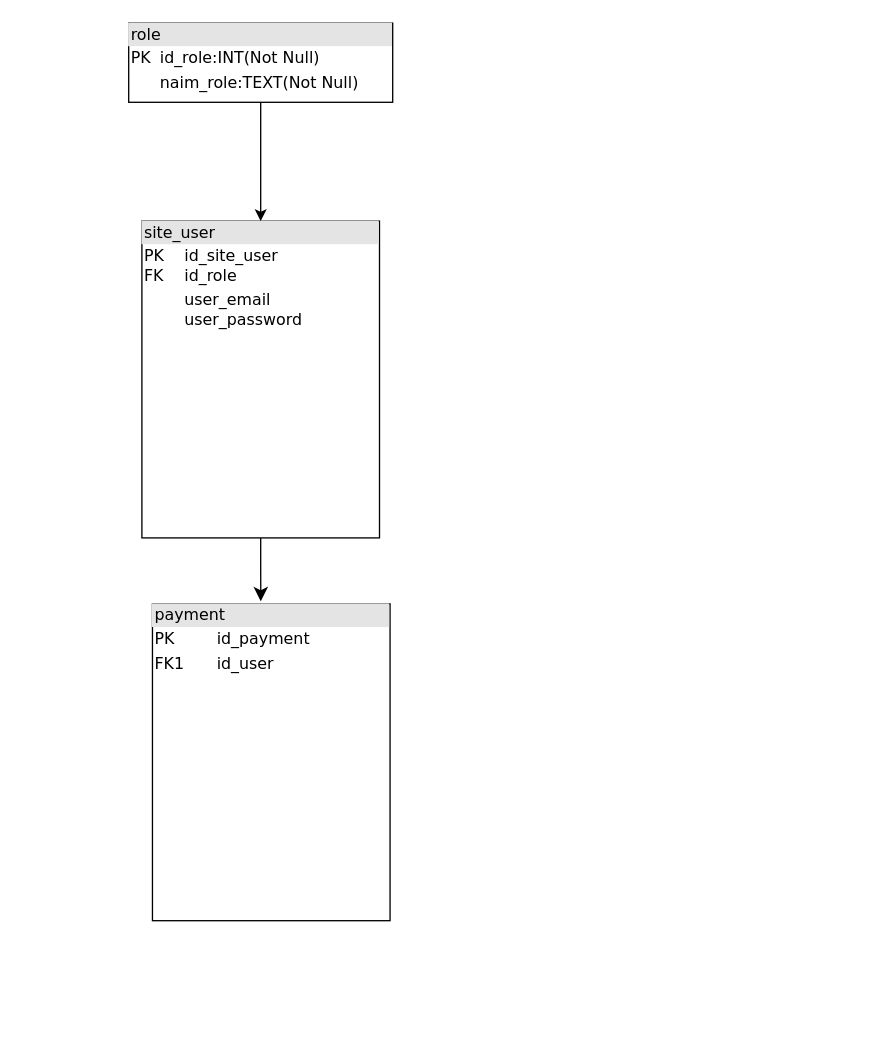
Earlier version of the draw.io diagram payment_gateway/payment_gateway.drawio (Scykorr/inout_project). Source tidied: cells renumbered, new cells numbered last; positions are measured from the earlier drawing's top-left corner, leaving out a move shared by most shapes. Both pictures are drawn from the tidied source at 132%, with x=0, y=0 at pixel (128, 22).
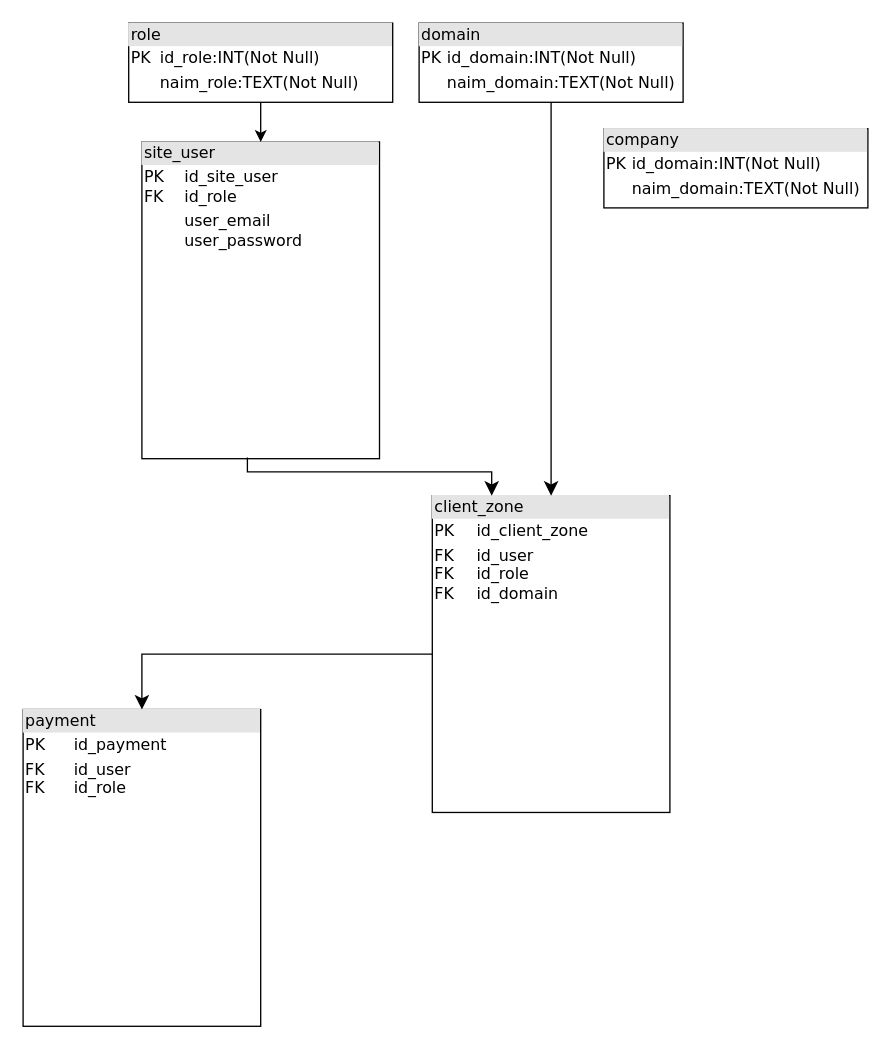
The same diagram, later.

Commit message:
Обновление payment_gateway.drawio add domain table

The edit, as a diff of the source:
```diff
@@
 <mxGraphModel>
   <root>
     <mxCell id="0" />
     <mxCell id="1" parent="0" />
-    <mxCell id="2" style="edgeStyle=elbowEdgeStyle;elbow=vertical;endArrow=classic;html=1;curved=0;rounded=0;endSize=8;startSize=8;entryX=0.456;entryY=-0.008;entryDx=0;entryDy=0;entryPerimeter=0;exitX=0.5;exitY=1;exitDx=0;exitDy=0;" parent="1" edge="1" source="4" target="3">
-      <mxGeometry relative="1" as="geometry" />
-    </mxCell>
-    <mxCell id="3" value="&lt;div style=&quot;box-sizing: border-box ; width: 100% ; background: #e4e4e4 ; padding: 2px&quot;&gt;payment&lt;/div&gt;&lt;table style=&quot;width: 100% ; font-size: 1em&quot; cellpadding=&quot;2&quot; cellspacing=&quot;0&quot;&gt;&lt;tbody&gt;&lt;tr&gt;&lt;td&gt;PK&lt;/td&gt;&lt;td&gt;id_payment&lt;/td&gt;&lt;/tr&gt;&lt;tr&gt;&lt;td&gt;FK1&lt;/td&gt;&lt;td&gt;id_user&lt;/td&gt;&lt;/tr&gt;&lt;tr&gt;&lt;td&gt;&lt;/td&gt;&lt;td&gt;&lt;/td&gt;&lt;/tr&gt;&lt;/tbody&gt;&lt;/table&gt;" style="verticalAlign=top;align=left;overflow=fill;html=1;rounded=0;shadow=0;comic=0;labelBackgroundColor=none;strokeWidth=1;fontFamily=Verdana;fontSize=12;" parent="1" vertex="1">
-      <mxGeometry x="18" y="440" width="180" height="240" as="geometry" />
+    <mxCell id="3" value="&lt;div style=&quot;box-sizing: border-box ; width: 100% ; background: #e4e4e4 ; padding: 2px&quot;&gt;payment&lt;/div&gt;&lt;table style=&quot;width: 100% ; font-size: 1em&quot; cellpadding=&quot;2&quot; cellspacing=&quot;0&quot;&gt;&lt;tbody&gt;&lt;tr&gt;&lt;td&gt;PK&lt;/td&gt;&lt;td&gt;id_payment&lt;/td&gt;&lt;/tr&gt;&lt;tr&gt;&lt;td&gt;FK&lt;br&gt;FK&lt;/td&gt;&lt;td&gt;id_user&lt;br&gt;id_role&lt;/td&gt;&lt;/tr&gt;&lt;tr&gt;&lt;td&gt;&lt;/td&gt;&lt;td&gt;&lt;/td&gt;&lt;/tr&gt;&lt;/tbody&gt;&lt;/table&gt;" style="verticalAlign=top;align=left;overflow=fill;html=1;rounded=0;shadow=0;comic=0;labelBackgroundColor=none;strokeWidth=1;fontFamily=Verdana;fontSize=12;" parent="1" vertex="1">
+      <mxGeometry x="-80" y="520" width="180" height="240" as="geometry" />
     </mxCell>
     <mxCell id="4" value="&lt;div style=&quot;box-sizing: border-box ; width: 100% ; background: #e4e4e4 ; padding: 2px&quot;&gt;site_user&lt;/div&gt;&lt;table style=&quot;width: 100% ; font-size: 1em&quot; cellpadding=&quot;2&quot; cellspacing=&quot;0&quot;&gt;&lt;tbody&gt;&lt;tr&gt;&lt;td&gt;PK&lt;br&gt;FK&lt;/td&gt;&lt;td&gt;id_site_user&lt;br&gt;id_role&lt;/td&gt;&lt;/tr&gt;&lt;tr&gt;&lt;td&gt;&lt;br&gt;&lt;/td&gt;&lt;td&gt;user_email&lt;br&gt;user_password&lt;br&gt;&lt;br&gt;&lt;/td&gt;&lt;/tr&gt;&lt;tr&gt;&lt;td&gt;&lt;/td&gt;&lt;td&gt;&lt;/td&gt;&lt;/tr&gt;&lt;/tbody&gt;&lt;/table&gt;" style="verticalAlign=top;align=left;overflow=fill;html=1;rounded=0;shadow=0;comic=0;labelBackgroundColor=none;strokeWidth=1;fontFamily=Verdana;fontSize=12;" parent="1" vertex="1">
-      <mxGeometry x="10" y="150" width="180" height="240" as="geometry" />
+      <mxGeometry x="10" y="90" width="180" height="240" as="geometry" />
     </mxCell>
     <mxCell id="5" style="edgeStyle=orthogonalEdgeStyle;rounded=0;jettySize=auto;html=1;" parent="1" edge="1" source="6" target="4">
       <mxGeometry relative="1" as="geometry" />
     </mxCell>
     <mxCell id="6" value="&lt;div style=&quot;box-sizing: border-box ; width: 100% ; background: #e4e4e4 ; padding: 2px&quot;&gt;role&lt;/div&gt;&lt;table style=&quot;width: 100% ; font-size: 1em&quot; cellpadding=&quot;2&quot; cellspacing=&quot;0&quot;&gt;&lt;tbody&gt;&lt;tr&gt;&lt;td&gt;PK&lt;/td&gt;&lt;td&gt;id_role:INT(Not Null)&lt;/td&gt;&lt;/tr&gt;&lt;tr&gt;&lt;td&gt;&lt;br&gt;&lt;/td&gt;&lt;td&gt;naim_role:TEXT(Not Null)&lt;/td&gt;&lt;/tr&gt;&lt;tr&gt;&lt;td&gt;&lt;/td&gt;&lt;td&gt;&lt;/td&gt;&lt;/tr&gt;&lt;/tbody&gt;&lt;/table&gt;" style="verticalAlign=top;align=left;overflow=fill;html=1;rounded=0;shadow=0;comic=0;labelBackgroundColor=none;strokeWidth=1;fontFamily=Verdana;fontSize=12;" parent="1" vertex="1">
       <mxGeometry width="200" height="60" as="geometry" />
     </mxCell>
+    <mxCell id="7" value="&lt;div style=&quot;box-sizing: border-box ; width: 100% ; background: #e4e4e4 ; padding: 2px&quot;&gt;domain&lt;/div&gt;&lt;table style=&quot;width: 100% ; font-size: 1em&quot; cellpadding=&quot;2&quot; cellspacing=&quot;0&quot;&gt;&lt;tbody&gt;&lt;tr&gt;&lt;td&gt;PK&lt;/td&gt;&lt;td&gt;id_domain:INT(Not Null)&lt;/td&gt;&lt;/tr&gt;&lt;tr&gt;&lt;td&gt;&lt;br&gt;&lt;/td&gt;&lt;td&gt;naim_domain:TEXT(Not Null)&lt;/td&gt;&lt;/tr&gt;&lt;tr&gt;&lt;td&gt;&lt;/td&gt;&lt;td&gt;&lt;/td&gt;&lt;/tr&gt;&lt;/tbody&gt;&lt;/table&gt;" style="verticalAlign=top;align=left;overflow=fill;html=1;rounded=0;shadow=0;comic=0;labelBackgroundColor=none;strokeWidth=1;fontFamily=Verdana;fontSize=12;" parent="1" vertex="1">
+      <mxGeometry x="220" width="200" height="60" as="geometry" />
+    </mxCell>
+    <mxCell id="8" value="&lt;div style=&quot;box-sizing: border-box ; width: 100% ; background: #e4e4e4 ; padding: 2px&quot;&gt;client_zone&lt;/div&gt;&lt;table style=&quot;width: 100% ; font-size: 1em&quot; cellpadding=&quot;2&quot; cellspacing=&quot;0&quot;&gt;&lt;tbody&gt;&lt;tr&gt;&lt;td&gt;PK&lt;/td&gt;&lt;td&gt;id_client_zone&lt;/td&gt;&lt;/tr&gt;&lt;tr&gt;&lt;td&gt;FK&lt;br&gt;FK&lt;br&gt;FK&lt;/td&gt;&lt;td&gt;id_user&lt;br&gt;id_role&lt;br&gt;id_domain&lt;/td&gt;&lt;/tr&gt;&lt;tr&gt;&lt;td&gt;&lt;/td&gt;&lt;td&gt;&lt;/td&gt;&lt;/tr&gt;&lt;/tbody&gt;&lt;/table&gt;" style="verticalAlign=top;align=left;overflow=fill;html=1;rounded=0;shadow=0;comic=0;labelBackgroundColor=none;strokeWidth=1;fontFamily=Verdana;fontSize=12;" parent="1" vertex="1">
+      <mxGeometry x="230" y="358" width="180" height="240" as="geometry" />
+    </mxCell>
+    <mxCell id="9" style="edgeStyle=elbowEdgeStyle;elbow=vertical;endArrow=classic;html=1;curved=0;rounded=0;endSize=8;startSize=8;entryX=0.5;entryY=0;entryDx=0;entryDy=0;exitX=0.5;exitY=1;exitDx=0;exitDy=0;" parent="1" edge="1" source="7" target="8">
+      <mxGeometry relative="1" as="geometry" />
+    </mxCell>
+    <mxCell id="10" style="edgeStyle=elbowEdgeStyle;elbow=vertical;endArrow=classic;html=1;curved=0;rounded=0;endSize=8;startSize=8;exitX=0.444;exitY=0.996;exitDx=0;exitDy=0;entryX=0.25;entryY=0;entryDx=0;entryDy=0;exitPerimeter=0;" parent="1" edge="1" source="4" target="8">
+      <mxGeometry relative="1" as="geometry">
+        <Array as="points">
+          <mxPoint x="190" y="340" />
+        </Array>
+      </mxGeometry>
+    </mxCell>
+    <mxCell id="11" style="edgeStyle=segmentEdgeStyle;endArrow=classic;html=1;curved=0;rounded=0;endSize=8;startSize=8;exitX=0;exitY=0.5;exitDx=0;exitDy=0;entryX=0.5;entryY=0;entryDx=0;entryDy=0;" parent="1" edge="1" source="8" target="3">
+      <mxGeometry relative="1" as="geometry" />
+    </mxCell>
+    <mxCell id="12" value="&lt;div style=&quot;box-sizing: border-box ; width: 100% ; background: #e4e4e4 ; padding: 2px&quot;&gt;company&lt;/div&gt;&lt;table style=&quot;width: 100% ; font-size: 1em&quot; cellpadding=&quot;2&quot; cellspacing=&quot;0&quot;&gt;&lt;tbody&gt;&lt;tr&gt;&lt;td&gt;PK&lt;/td&gt;&lt;td&gt;id_domain:INT(Not Null)&lt;/td&gt;&lt;/tr&gt;&lt;tr&gt;&lt;td&gt;&lt;br&gt;&lt;/td&gt;&lt;td&gt;naim_domain:TEXT(Not Null)&lt;/td&gt;&lt;/tr&gt;&lt;tr&gt;&lt;td&gt;&lt;/td&gt;&lt;td&gt;&lt;/td&gt;&lt;/tr&gt;&lt;/tbody&gt;&lt;/table&gt;" style="verticalAlign=top;align=left;overflow=fill;html=1;rounded=0;shadow=0;comic=0;labelBackgroundColor=none;strokeWidth=1;fontFamily=Verdana;fontSize=12;" parent="1" vertex="1">
+      <mxGeometry x="360" y="80" width="200" height="60" as="geometry" />
+    </mxCell>
   </root>
 </mxGraphModel>
```
